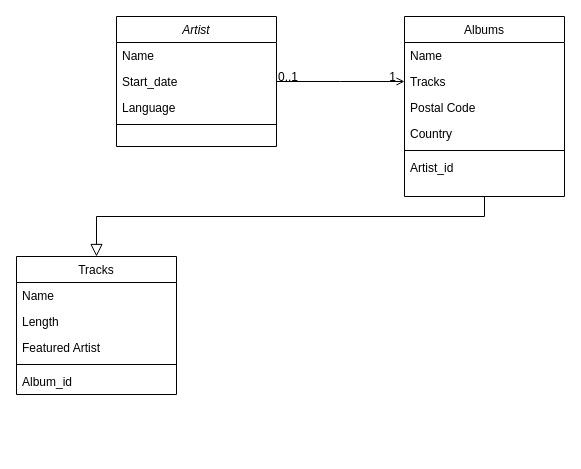
Speegy/SQL keeps this draw.io diagram as Untitled Diagram.drawio. Above is the earlier version. Source tidied: cells renumbered, new cells numbered last; positions are measured from the earlier drawing's top-left corner, leaving out a move shared by most shapes. Both pictures are drawn from the tidied source at 100%, with x=0, y=0 at pixel (16, 16).
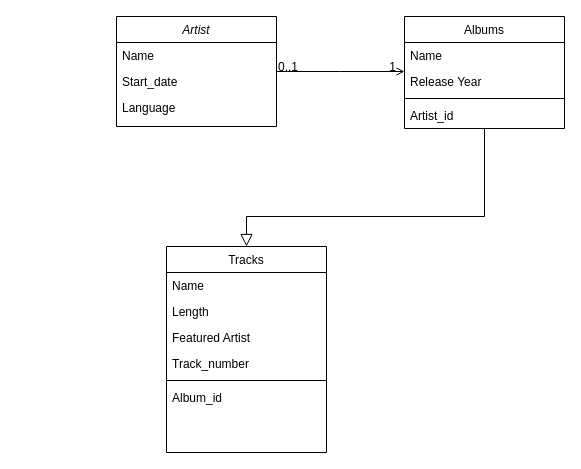
Above is the later version.

Change to the diagram source:
```diff
@@
     <mxCell id="2" value="Artist" style="swimlane;fontStyle=2;align=center;verticalAlign=top;horizontal=1;startSize=26;rounded=0;shadow=0;strokeWidth=1;" parent="1" vertex="1">
-      <mxGeometry x="100" width="160" height="130" as="geometry" />
+      <mxGeometry x="100" width="160" height="110" as="geometry" />
     </mxCell>
@@
-    <mxCell id="6" style="line;html=1;strokeWidth=1;align=left;verticalAlign=middle;spacingTop=-1;spacingLeft=3;spacingRight=3;labelPosition=right;" parent="2" vertex="1">
-      <mxGeometry y="104" width="160" height="8" as="geometry" />
-    </mxCell>
     <mxCell id="7" value="Tracks" style="swimlane;fontStyle=0;align=center;verticalAlign=top;horizontal=1;startSize=26;rounded=0;shadow=0;strokeWidth=1;" parent="1" vertex="1">
-      <mxGeometry y="240" width="160" height="138" as="geometry" />
+      <mxGeometry x="150" y="230" width="160" height="206" as="geometry" />
     </mxCell>
@@
+    <mxCell id="24" value="Track_number" style="text;align=left;verticalAlign=top;spacingLeft=4;spacingRight=4;overflow=hidden;fontStyle=0;" parent="7" vertex="1">
+      <mxGeometry y="104" width="160" height="26" as="geometry" />
+    </mxCell>
     <mxCell id="11" style="line;html=1;strokeWidth=1;align=left;verticalAlign=middle;spacingTop=-1;spacingLeft=3;spacingRight=3;labelPosition=right;" parent="7" vertex="1">
-      <mxGeometry y="104" width="160" height="8" as="geometry" />
+      <mxGeometry y="130" width="160" height="8" as="geometry" />
     </mxCell>
     <mxCell id="12" value="Album_id" style="text;align=left;verticalAlign=top;spacingLeft=4;spacingRight=4;overflow=hidden;fontStyle=0;" parent="7" vertex="1">
-      <mxGeometry y="112" width="160" height="26" as="geometry" />
+      <mxGeometry y="138" width="160" height="68" as="geometry" />
     </mxCell>
     <mxCell id="13" value="Albums" style="swimlane;fontStyle=0;align=center;verticalAlign=top;horizontal=1;startSize=26;rounded=0;shadow=0;strokeWidth=1;" parent="1" vertex="1">
-      <mxGeometry x="388" width="160" height="180" as="geometry" />
+      <mxGeometry x="388" width="160" height="112" as="geometry" />
     </mxCell>
@@
-    <mxCell id="15" value="Tracks" style="text;align=left;verticalAlign=top;spacingLeft=4;spacingRight=4;overflow=hidden;rounded=0;shadow=0;html=0;" parent="13" vertex="1">
+    <mxCell id="15" value="Release Year" style="text;align=left;verticalAlign=top;spacingLeft=4;spacingRight=4;overflow=hidden;rounded=0;shadow=0;html=0;" parent="13" vertex="1">
       <mxGeometry y="52" width="160" height="26" as="geometry" />
     </mxCell>
-    <mxCell id="16" value="Postal Code" style="text;align=left;verticalAlign=top;spacingLeft=4;spacingRight=4;overflow=hidden;rounded=0;shadow=0;html=0;" parent="13" vertex="1">
-      <mxGeometry y="78" width="160" height="26" as="geometry" />
-    </mxCell>
-    <mxCell id="17" value="Country" style="text;align=left;verticalAlign=top;spacingLeft=4;spacingRight=4;overflow=hidden;rounded=0;shadow=0;html=0;" parent="13" vertex="1">
-      <mxGeometry y="104" width="160" height="26" as="geometry" />
-    </mxCell>
     <mxCell id="18" style="line;html=1;strokeWidth=1;align=left;verticalAlign=middle;spacingTop=-1;spacingLeft=3;spacingRight=3;labelPosition=right;" parent="13" vertex="1">
-      <mxGeometry y="130" width="160" height="8" as="geometry" />
+      <mxGeometry y="78" width="160" height="8" as="geometry" />
     </mxCell>
     <mxCell id="19" value="Artist_id" style="text;align=left;verticalAlign=top;spacingLeft=4;spacingRight=4;overflow=hidden;" parent="13" vertex="1">
-      <mxGeometry y="138" width="160" height="26" as="geometry" />
+      <mxGeometry y="86" width="160" height="26" as="geometry" />
     </mxCell>
```
